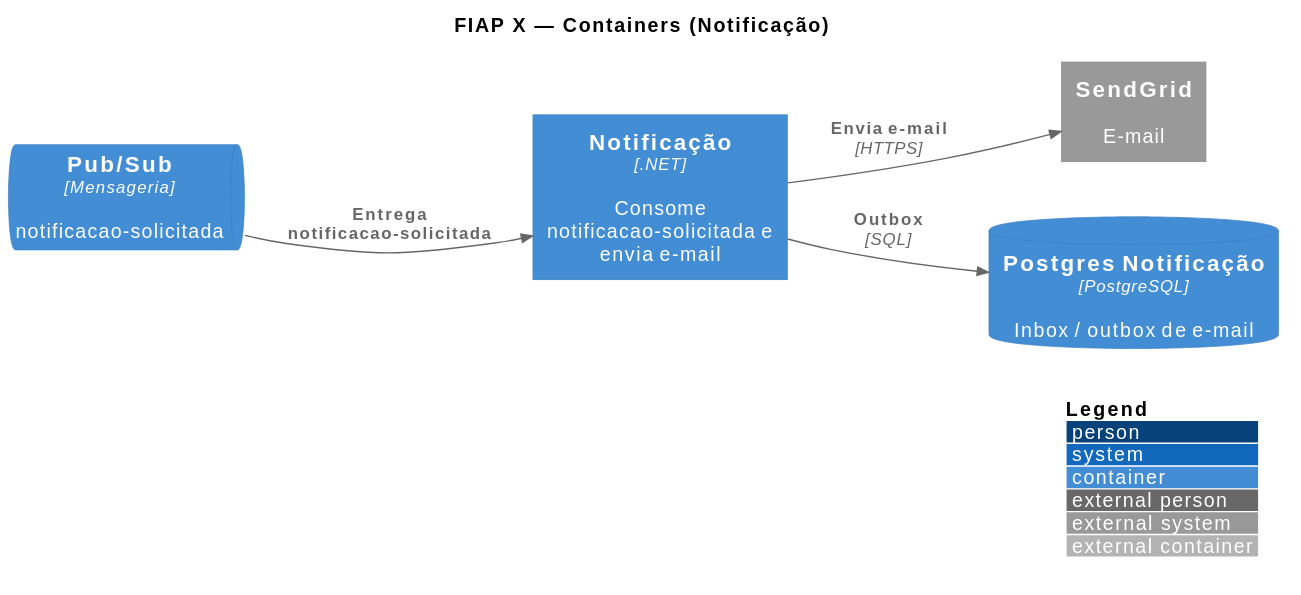
Above: arquitetura/05_containers-notificacao.svg in fiap-x-vcosta/docs (PlantUML), before the change.
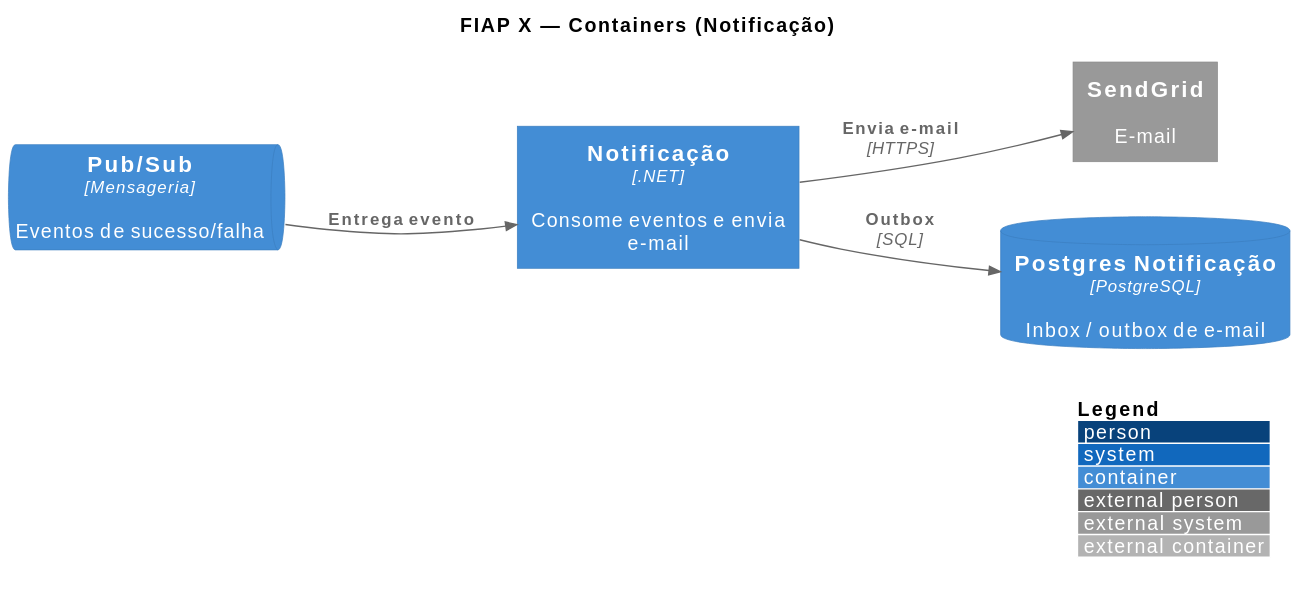
After the commit.

What changed in the source:
```diff
@@ -6,12 +6,12 @@
 
 title FIAP X — Containers (Notificação)
 
-ContainerQueue(pubsub, "Pub/Sub", "Mensageria", "notificacao-solicitada")
-Container(notif, "Notificação", ".NET", "Consome notificacao-solicitada e envia e-mail")
+ContainerQueue(pubsub, "Pub/Sub", "Mensageria", "Eventos de sucesso/falha")
+Container(notif, "Notificação", ".NET", "Consome eventos e envia e-mail")
 ContainerDb(pgNotif, "Postgres Notificação", "PostgreSQL", "Inbox / outbox de e-mail")
 System_Ext(sendgrid, "SendGrid", "E-mail")
 
-Rel(pubsub, notif, "Entrega notificacao-solicitada")
+Rel(pubsub, notif, "Entrega evento")
 Rel(notif, pgNotif, "Outbox", "SQL")
 Rel(notif, sendgrid, "Envia e-mail", "HTTPS")
 
```
